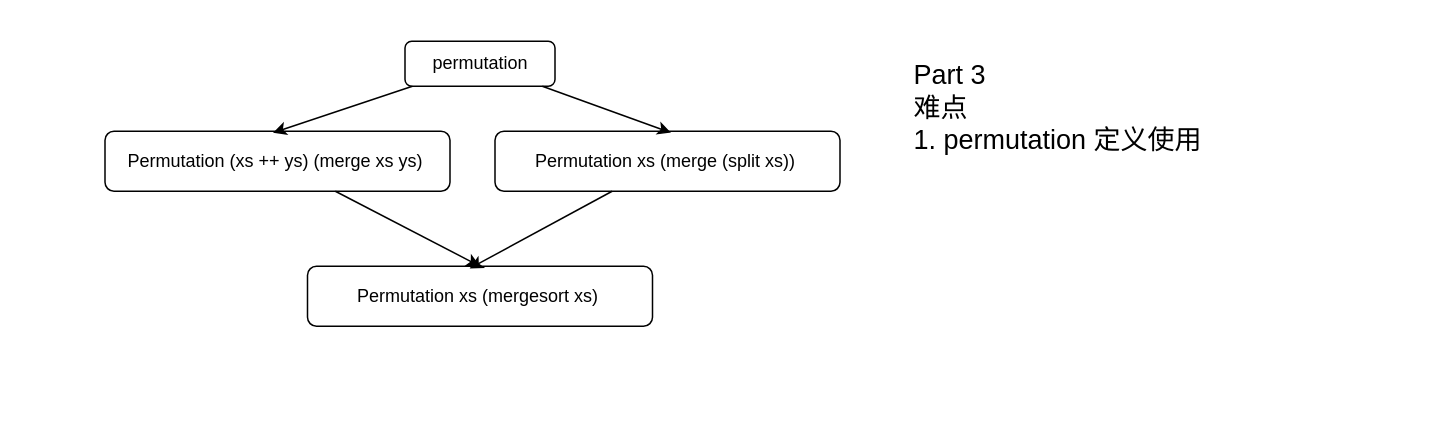
The draw.io diagram slide/part3.drawio in lengyijun/MergeSort, before the edit. Source tidied: cells renumbered, new cells numbered last; positions are measured from the earlier drawing's top-left corner, leaving out a move shared by most shapes. Both pictures are drawn from the tidied source at 150%, with x=0, y=0 at pixel (26, 26).
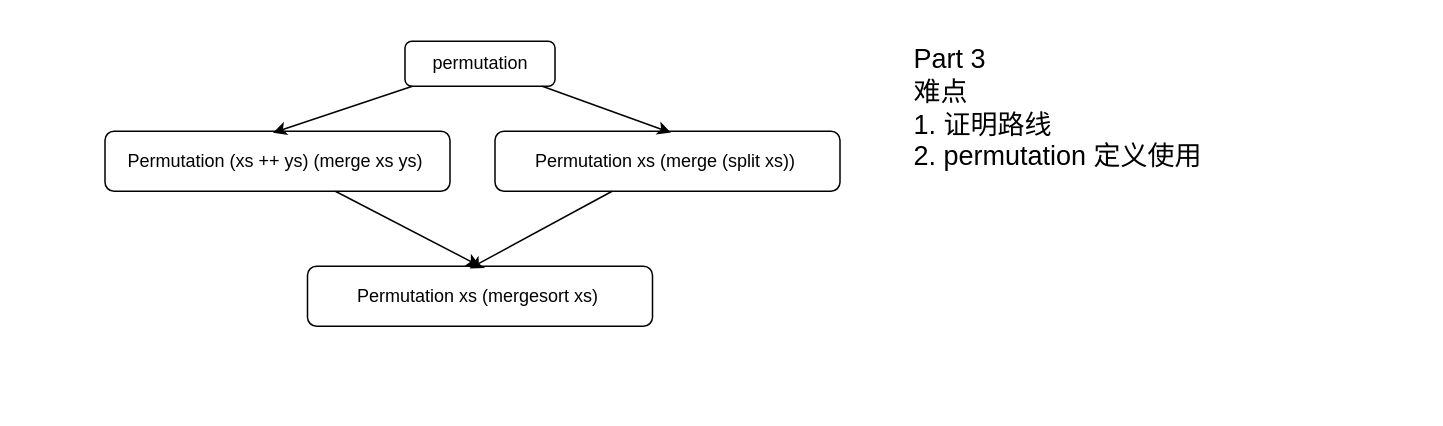
The same diagram, later.

What changed in the source:
```diff
@@
 <mxGraphModel>
   <root>
     <mxCell id="0" />
     <mxCell id="1" parent="0" />
     <mxCell id="2" style="group;" parent="1" vertex="1">
       <mxGeometry width="722.5" height="250" as="geometry" />
     </mxCell>
     <mxCell id="3" value="permutation" style="rounded=1;whiteSpace=wrap;html=1;" parent="2" vertex="1">
       <mxGeometry x="252.5" y="10" width="100" height="30" as="geometry" />
     </mxCell>
     <mxCell id="4" value="Permutation (xs ++ ys) (merge xs ys)&amp;nbsp;" style="rounded=1;whiteSpace=wrap;html=1;" parent="2" vertex="1">
       <mxGeometry x="52.5" y="70" width="230" height="40" as="geometry" />
     </mxCell>
     <mxCell id="5" style="edgeStyle=none;rounded=0;jettySize=auto;html=1;entryX=0.487;entryY=0.024;entryDx=0;entryDy=0;entryPerimeter=0;" parent="2" edge="1" source="3" target="4">
       <mxGeometry relative="1" as="geometry" />
     </mxCell>
     <mxCell id="6" value="Permutation xs (merge (split xs))&amp;nbsp;" style="rounded=1;whiteSpace=wrap;html=1;" parent="2" vertex="1">
       <mxGeometry x="312.5" y="70" width="230" height="40" as="geometry" />
     </mxCell>
     <mxCell id="7" style="edgeStyle=none;rounded=0;jettySize=auto;html=1;entryX=0.51;entryY=0.024;entryDx=0;entryDy=0;entryPerimeter=0;" parent="2" edge="1" source="3" target="6">
       <mxGeometry relative="1" as="geometry" />
     </mxCell>
     <mxCell id="8" value="Permutation xs (mergesort xs)&amp;nbsp;" style="rounded=1;whiteSpace=wrap;html=1;" parent="2" vertex="1">
       <mxGeometry x="187.5" y="160" width="230" height="40" as="geometry" />
     </mxCell>
     <mxCell id="9" style="edgeStyle=none;rounded=0;jettySize=auto;html=1;entryX=0.5;entryY=0;entryDx=0;entryDy=0;" parent="2" edge="1" source="4" target="8">
       <mxGeometry relative="1" as="geometry" />
     </mxCell>
     <mxCell id="10" style="edgeStyle=none;rounded=0;jettySize=auto;html=1;entryX=0.47;entryY=0.037;entryDx=0;entryDy=0;entryPerimeter=0;" parent="2" edge="1" source="6" target="8">
       <mxGeometry relative="1" as="geometry" />
     </mxCell>
-    <mxCell id="11" value="Part 3&lt;br style=&quot;font-size: 18px;&quot;&gt;难点&lt;br style=&quot;font-size: 18px;&quot;&gt;1. permutation 定义使用" style="text;html=1;strokeColor=none;fillColor=none;align=left;verticalAlign=middle;whiteSpace=wrap;rounded=0;fontSize=18;" parent="1" vertex="1">
+    <mxCell id="11" value="Part 3&lt;br style=&quot;font-size: 18px;&quot;&gt;难点&lt;br style=&quot;font-size: 18px;&quot;&gt;1. 证明路线&lt;br&gt;2. permutation 定义使用" style="text;html=1;strokeColor=none;fillColor=none;align=left;verticalAlign=middle;whiteSpace=wrap;rounded=0;fontSize=18;" parent="1" vertex="1">
       <mxGeometry x="590" width="337.5" height="110" as="geometry" />
     </mxCell>
   </root>
 </mxGraphModel>
```
